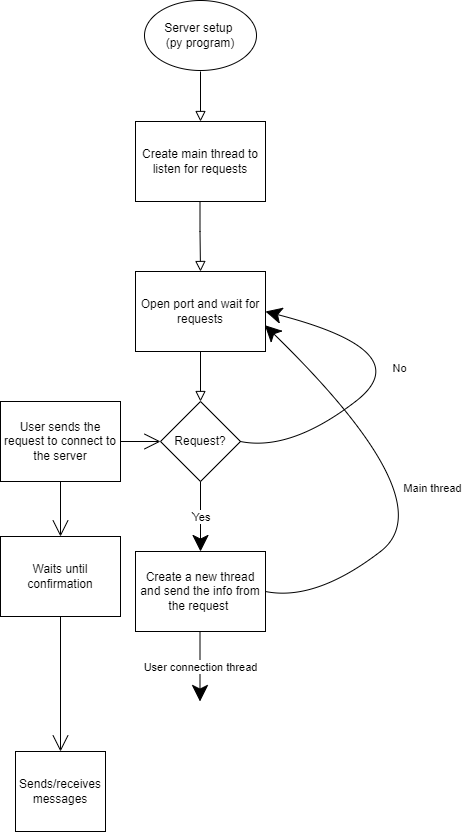
This is CS484_proj2_flowchart.png from cd2323/hello-world, a draw.io export, as it was before one commit. Source tidied: cells renumbered, new cells last; positions are measured from the earlier drawing's top-left corner, leaving out a move shared by most shapes.
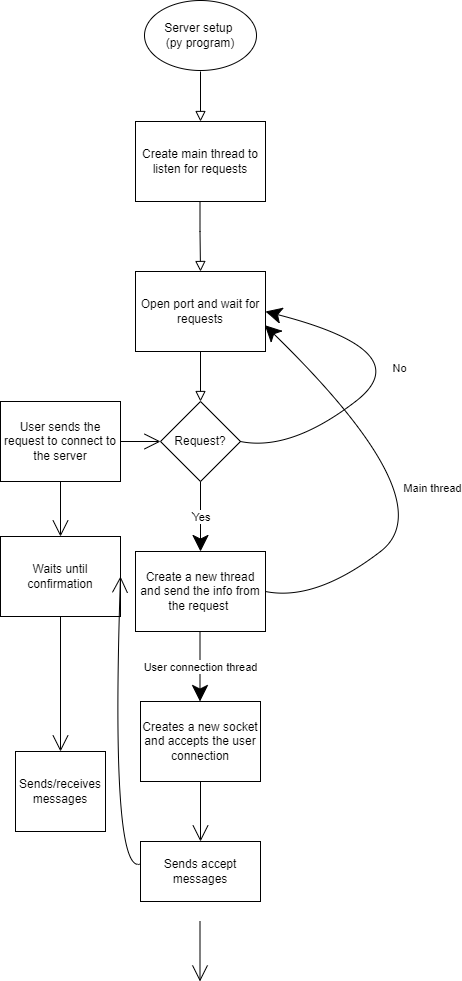
After the commit.

The edit, as a diff of the source:
```diff
@@ -113,5 +113,29 @@
     <mxCell id="26" value="Sends/receives messages" style="rounded=0;whiteSpace=wrap;html=1;hachureGap=4;" parent="1" vertex="1">
       <mxGeometry x="15" y="751" width="90" height="80" as="geometry" />
     </mxCell>
+    <mxCell id="27" value="Creates a new socket and accepts the user connection" style="rounded=0;whiteSpace=wrap;html=1;hachureGap=4;" parent="1" vertex="1">
+      <mxGeometry x="140" y="701" width="120" height="80" as="geometry" />
+    </mxCell>
+    <mxCell id="28" style="edgeStyle=none;jettySize=auto;html=1;rounded=0;endArrow=open;startSize=14;endSize=14;sourcePerimeterSpacing=8;targetPerimeterSpacing=8;curved=1;exitX=0.5;exitY=1;exitDx=0;exitDy=0;" parent="1" edge="1" source="27">
+      <mxGeometry relative="1" as="geometry">
+        <mxPoint x="200" y="841" as="targetPoint" />
+      </mxGeometry>
+    </mxCell>
+    <mxCell id="29" value="Sends accept messages" style="rounded=0;whiteSpace=wrap;html=1;hachureGap=4;" parent="1" vertex="1">
+      <mxGeometry x="140" y="841" width="120" height="60" as="geometry" />
+    </mxCell>
+    <mxCell id="30" style="edgeStyle=none;jettySize=auto;html=1;rounded=0;endArrow=open;startSize=14;endSize=14;sourcePerimeterSpacing=8;targetPerimeterSpacing=8;curved=1;entryX=1;entryY=0.5;entryDx=0;entryDy=0;exitX=-0.008;exitY=0.379;exitDx=0;exitDy=0;exitPerimeter=0;" parent="1" edge="1" source="29" target="23">
+      <mxGeometry relative="1" as="geometry">
+        <Array as="points">
+          <mxPoint x="110" y="871" />
+        </Array>
+      </mxGeometry>
+    </mxCell>
+    <mxCell id="31" style="edgeStyle=none;orthogonalLoop=1;jettySize=auto;html=1;rounded=0;endArrow=open;startSize=14;endSize=14;sourcePerimeterSpacing=8;targetPerimeterSpacing=8;curved=1;exitX=0.5;exitY=1;exitDx=0;exitDy=0;" parent="1" edge="1">
+      <mxGeometry relative="1" as="geometry">
+        <mxPoint x="199.5" y="921" as="sourcePoint" />
+        <mxPoint x="199.5" y="981" as="targetPoint" />
+      </mxGeometry>
+    </mxCell>
   </root>
 </mxGraphModel>
```
